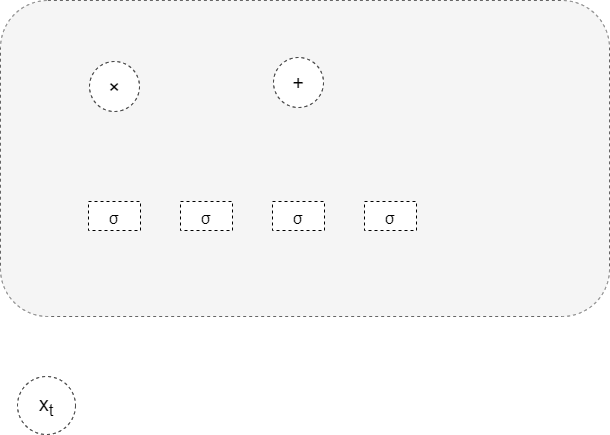
This is Untitled Diagram.drawio.png from lakomi/pictures, a draw.io export, as it was before one commit. Source tidied: cells renumbered, new cells last; positions are measured from the earlier drawing's top-left corner, leaving out a move shared by most shapes.
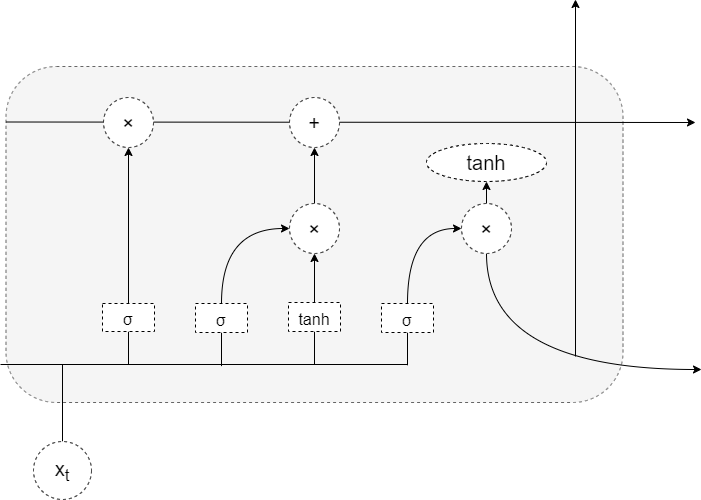
The same diagram one commit later.

The edit, as a diff of the source:
```diff
@@ -3,28 +3,107 @@
     <mxCell id="0" />
     <mxCell id="1" parent="0" />
     <mxCell id="2" style="rounded=1;whiteSpace=wrap;html=1;dashed=1;fontSize=20;strokeColor=#666666;strokeWidth=1;fillColor=#f5f5f5;fontColor=#333333;verticalAlign=middle;" parent="1" vertex="1">
-      <mxGeometry width="609" height="316" as="geometry" />
+      <mxGeometry x="-10.5" y="1" width="617" height="336" as="geometry" />
     </mxCell>
+    <mxCell id="10" style="edgeStyle=orthogonalEdgeStyle;curved=1;rounded=0;jettySize=auto;html=1;exitX=0.5;exitY=0;exitDx=0;exitDy=0;fontSize=20;endArrow=none;endFill=0;" parent="1" edge="1" source="3">
+      <mxGeometry relative="1" as="geometry">
+        <mxPoint x="46" y="299" as="targetPoint" />
+      </mxGeometry>
+    </mxCell>
     <mxCell id="3" value="x&lt;sub&gt;t&lt;br&gt;&lt;/sub&gt;" style="ellipse;whiteSpace=wrap;html=1;dashed=1;fontSize=20;strokeColor=#000000;strokeWidth=1;" parent="1" vertex="1">
       <mxGeometry x="17" y="376" width="58" height="58" as="geometry" />
     </mxCell>
+    <mxCell id="11" style="edgeStyle=orthogonalEdgeStyle;rounded=0;jettySize=auto;html=1;exitX=0.5;exitY=0;exitDx=0;exitDy=0;entryX=0.5;entryY=1;entryDx=0;entryDy=0;fontSize=20;" parent="1" edge="1" source="4" target="8">
+      <mxGeometry relative="1" as="geometry" />
+    </mxCell>
+    <mxCell id="12" style="edgeStyle=orthogonalEdgeStyle;curved=1;rounded=0;jettySize=auto;html=1;exitX=0.5;exitY=1;exitDx=0;exitDy=0;fontSize=20;endArrow=none;endFill=0;" parent="1" edge="1" source="4">
+      <mxGeometry relative="1" as="geometry">
+        <mxPoint x="112" y="299" as="targetPoint" />
+      </mxGeometry>
+    </mxCell>
     <mxCell id="4" value="&lt;p class=&quot;MsoNormal&quot;&gt;&lt;span style=&quot;font-size: 12.0000pt&quot;&gt;σ&lt;/span&gt;&lt;/p&gt;" style="rounded=0;whiteSpace=wrap;html=1;dashed=1;fontSize=20;strokeColor=#000000;strokeWidth=1;" parent="1" vertex="1">
-      <mxGeometry x="88" y="201" width="52" height="29" as="geometry" />
+      <mxGeometry x="86" y="238" width="52" height="28" as="geometry" />
     </mxCell>
+    <mxCell id="13" style="edgeStyle=orthogonalEdgeStyle;rounded=0;jettySize=auto;html=1;exitX=0.5;exitY=0;exitDx=0;exitDy=0;entryX=0;entryY=0.5;entryDx=0;entryDy=0;fontSize=20;curved=1;" parent="1" edge="1" source="5" target="20">
+      <mxGeometry relative="1" as="geometry" />
+    </mxCell>
+    <mxCell id="14" style="edgeStyle=orthogonalEdgeStyle;curved=1;rounded=0;jettySize=auto;html=1;exitX=0.5;exitY=1;exitDx=0;exitDy=0;fontSize=20;endArrow=none;endFill=0;" parent="1" edge="1" source="5">
+      <mxGeometry relative="1" as="geometry">
+        <mxPoint x="205" y="300.6" as="targetPoint" />
+      </mxGeometry>
+    </mxCell>
     <mxCell id="5" value="&lt;p class=&quot;MsoNormal&quot;&gt;&lt;span style=&quot;font-size: 12.0000pt&quot;&gt;σ&lt;/span&gt;&lt;/p&gt;" style="rounded=0;whiteSpace=wrap;html=1;dashed=1;fontSize=20;strokeColor=#000000;strokeWidth=1;" parent="1" vertex="1">
-      <mxGeometry x="180" y="201" width="52" height="29" as="geometry" />
+      <mxGeometry x="179" y="238" width="52" height="29" as="geometry" />
     </mxCell>
+    <mxCell id="15" style="edgeStyle=orthogonalEdgeStyle;rounded=0;jettySize=auto;html=1;exitX=0.5;exitY=0;exitDx=0;exitDy=0;entryX=0.5;entryY=1;entryDx=0;entryDy=0;fontSize=20;" parent="1" edge="1" source="6" target="20">
+      <mxGeometry relative="1" as="geometry" />
+    </mxCell>
+    <mxCell id="16" style="edgeStyle=orthogonalEdgeStyle;curved=1;rounded=0;jettySize=auto;html=1;exitX=0.5;exitY=1;exitDx=0;exitDy=0;fontSize=20;endArrow=none;endFill=0;" parent="1" edge="1" source="6">
+      <mxGeometry relative="1" as="geometry">
+        <mxPoint x="298" y="299" as="targetPoint" />
+      </mxGeometry>
+    </mxCell>
-    <mxCell id="6" value="&lt;p class=&quot;MsoNormal&quot;&gt;&lt;span style=&quot;font-size: 12.0000pt&quot;&gt;σ&lt;/span&gt;&lt;/p&gt;" style="rounded=0;whiteSpace=wrap;html=1;dashed=1;fontSize=20;strokeColor=#000000;strokeWidth=1;" parent="1" vertex="1">
-      <mxGeometry x="272" y="201" width="52" height="29" as="geometry" />
+    <mxCell id="6" value="&lt;p class=&quot;MsoNormal&quot;&gt;&lt;span style=&quot;font-size: 12.0000pt&quot;&gt;tanh&lt;/span&gt;&lt;/p&gt;" style="rounded=0;whiteSpace=wrap;html=1;dashed=1;fontSize=20;strokeColor=#000000;strokeWidth=1;" parent="1" vertex="1">
+      <mxGeometry x="272" y="237" width="52" height="29" as="geometry" />
     </mxCell>
+    <mxCell id="17" style="edgeStyle=orthogonalEdgeStyle;rounded=0;jettySize=auto;html=1;exitX=0.5;exitY=0;exitDx=0;exitDy=0;entryX=0;entryY=0.5;entryDx=0;entryDy=0;fontSize=20;curved=1;" parent="1" edge="1" source="7" target="23">
+      <mxGeometry relative="1" as="geometry" />
+    </mxCell>
+    <mxCell id="18" style="edgeStyle=orthogonalEdgeStyle;curved=1;rounded=0;jettySize=auto;html=1;exitX=0.5;exitY=1;exitDx=0;exitDy=0;fontSize=20;endArrow=none;endFill=0;" parent="1" edge="1" source="7">
+      <mxGeometry relative="1" as="geometry">
+        <mxPoint x="391" y="299.8" as="targetPoint" />
+      </mxGeometry>
+    </mxCell>
     <mxCell id="7" value="&lt;p class=&quot;MsoNormal&quot;&gt;&lt;span style=&quot;font-size: 12.0000pt&quot;&gt;σ&lt;/span&gt;&lt;/p&gt;" style="rounded=0;whiteSpace=wrap;html=1;dashed=1;fontSize=20;strokeColor=#000000;strokeWidth=1;" parent="1" vertex="1">
-      <mxGeometry x="364" y="201" width="52" height="29" as="geometry" />
+      <mxGeometry x="365" y="238" width="52" height="29" as="geometry" />
     </mxCell>
+    <mxCell id="19" style="edgeStyle=orthogonalEdgeStyle;rounded=0;jettySize=auto;html=1;exitX=0.5;exitY=0;exitDx=0;exitDy=0;entryX=0.5;entryY=1;entryDx=0;entryDy=0;fontSize=20;" parent="1" edge="1" source="20" target="9">
+      <mxGeometry relative="1" as="geometry" />
+    </mxCell>
+    <mxCell id="20" value="×" style="ellipse;whiteSpace=wrap;html=1;dashed=1;fontSize=20;strokeColor=#000000;strokeWidth=1;" parent="1" vertex="1">
+      <mxGeometry x="273" y="138" width="50" height="50" as="geometry" />
+    </mxCell>
+    <mxCell id="21" style="edgeStyle=orthogonalEdgeStyle;rounded=0;jettySize=auto;html=1;exitX=0.5;exitY=0;exitDx=0;exitDy=0;entryX=0.5;entryY=1;entryDx=0;entryDy=0;fontSize=20;" parent="1" edge="1" source="23" target="24">
+      <mxGeometry relative="1" as="geometry" />
+    </mxCell>
+    <mxCell id="22" style="edgeStyle=orthogonalEdgeStyle;rounded=0;jettySize=auto;html=1;exitX=0.5;exitY=1;exitDx=0;exitDy=0;fontSize=20;endArrow=classic;endFill=1;elbow=vertical;curved=1;" parent="1" edge="1" source="23">
+      <mxGeometry relative="1" as="geometry">
+        <mxPoint x="685" y="304" as="targetPoint" />
+        <Array as="points">
+          <mxPoint x="470" y="304" />
+          <mxPoint x="685" y="304" />
+        </Array>
+      </mxGeometry>
+    </mxCell>
+    <mxCell id="23" value="×" style="ellipse;whiteSpace=wrap;html=1;dashed=1;fontSize=20;strokeColor=#000000;strokeWidth=1;" parent="1" vertex="1">
+      <mxGeometry x="445" y="138" width="50" height="50" as="geometry" />
+    </mxCell>
+    <mxCell id="24" value="tanh" style="ellipse;whiteSpace=wrap;html=1;dashed=1;fontSize=20;strokeColor=#000000;strokeWidth=1;" parent="1" vertex="1">
+      <mxGeometry x="410" y="78" width="120" height="38" as="geometry" />
+    </mxCell>
+    <mxCell id="25" style="endArrow=classic;html=1;rounded=0;fontSize=20;curved=1;" parent="1" edge="1">
+      <mxGeometry relative="1" as="geometry">
+        <mxPoint x="-10.5" y="56.5" as="sourcePoint" />
+        <mxPoint x="679" y="57" as="targetPoint" />
+      </mxGeometry>
+    </mxCell>
     <mxCell id="8" value="×" style="ellipse;whiteSpace=wrap;html=1;dashed=1;fontSize=20;strokeColor=#000000;strokeWidth=1;" parent="1" vertex="1">
-      <mxGeometry x="89" y="61" width="50" height="50" as="geometry" />
+      <mxGeometry x="87" y="32" width="50" height="50" as="geometry" />
     </mxCell>
     <mxCell id="9" value="+" style="ellipse;whiteSpace=wrap;html=1;dashed=1;fontSize=20;strokeColor=#000000;strokeWidth=1;" parent="1" vertex="1">
-      <mxGeometry x="273" y="57" width="50" height="50" as="geometry" />
+      <mxGeometry x="273" y="32" width="50" height="50" as="geometry" />
     </mxCell>
+    <mxCell id="26" style="endArrow=none;html=1;rounded=0;fontSize=20;curved=1;" parent="1" edge="1">
+      <mxGeometry relative="1" as="geometry">
+        <mxPoint x="-16" y="299" as="sourcePoint" />
+        <mxPoint x="391" y="299" as="targetPoint" />
+      </mxGeometry>
+    </mxCell>
+    <mxCell id="27" style="endArrow=classic;html=1;rounded=0;fontSize=20;curved=1;elbow=vertical;" parent="1" edge="1">
+      <mxGeometry relative="1" as="geometry">
+        <mxPoint x="559" y="291" as="sourcePoint" />
+        <mxPoint x="559" y="-66" as="targetPoint" />
+      </mxGeometry>
+    </mxCell>
   </root>
 </mxGraphModel>
```
